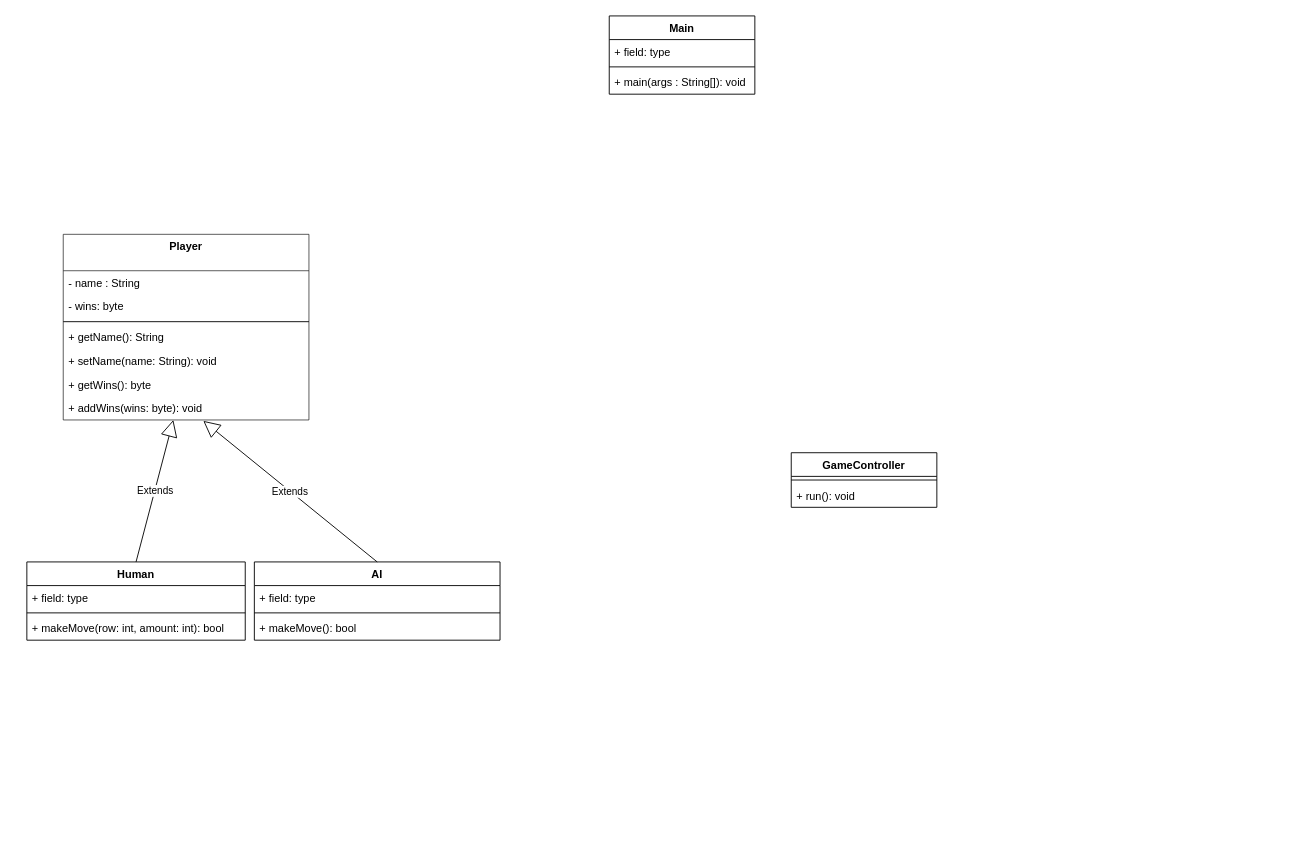
The draw.io diagram UML-PSE.drawio in EShrestha/PSE-GameOfNim, before the edit. Source tidied: cells renumbered, new cells numbered last; positions are measured from the earlier drawing's top-left corner, leaving out a move shared by most shapes. Both pictures are drawn from the tidied source at 91%, with x=0, y=0 at pixel (26, 15).
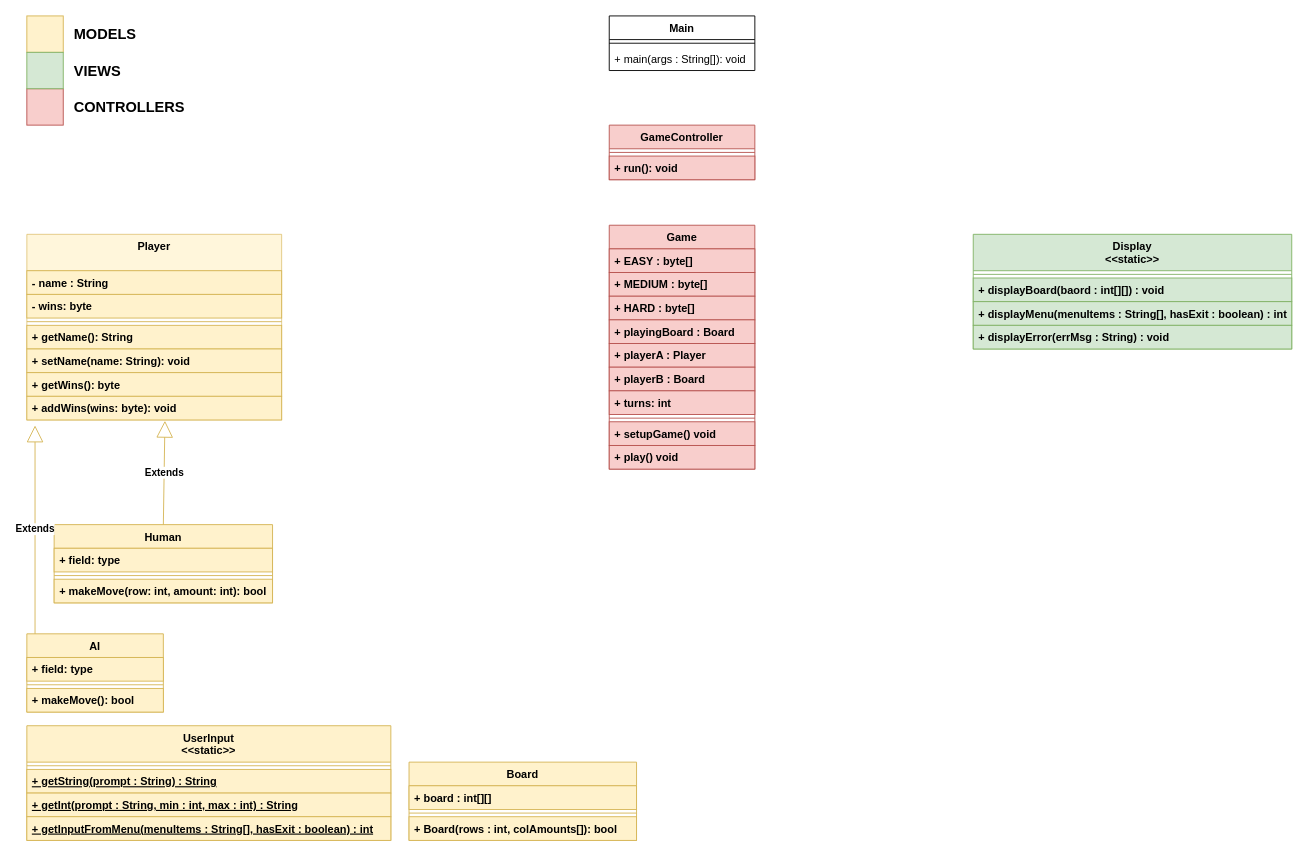
After the change.

Commit message:
UML outline

What changed in the source:
```diff
@@
     <mxCell id="2" value="Main" style="swimlane;fontStyle=1;align=center;verticalAlign=top;horizontal=1;startSize=26;" parent="1" vertex="1">
-      <mxGeometry x="640" width="160" height="86" as="geometry" />
+      <mxGeometry x="640" width="160" height="60" as="geometry" />
     </mxCell>
-    <mxCell id="3" value="+ field: type" style="text;strokeColor=none;fillColor=none;align=left;verticalAlign=top;spacingLeft=4;spacingRight=4;overflow=hidden;" parent="2" vertex="1">
-      <mxGeometry y="26" width="160" height="26" as="geometry" />
-    </mxCell>
     <mxCell id="4" style="line;strokeWidth=1;fillColor=none;align=left;verticalAlign=middle;spacingTop=-1;spacingLeft=3;spacingRight=3;labelPosition=right;" parent="2" vertex="1">
-      <mxGeometry y="52" width="160" height="8" as="geometry" />
+      <mxGeometry y="26" width="160" height="8" as="geometry" />
     </mxCell>
     <mxCell id="5" value="+ main(args : String[]): void" style="text;strokeColor=none;fillColor=none;align=left;verticalAlign=top;spacingLeft=4;spacingRight=4;overflow=hidden;" parent="2" vertex="1">
-      <mxGeometry y="60" width="160" height="26" as="geometry" />
+      <mxGeometry y="34" width="160" height="26" as="geometry" />
     </mxCell>
-    <mxCell id="6" value="GameController" style="swimlane;fontStyle=1;align=center;verticalAlign=top;horizontal=1;startSize=26;" parent="1" vertex="1">
-      <mxGeometry x="840" y="480" width="160" height="60" as="geometry" />
+    <mxCell id="6" value="GameController" style="swimlane;fontStyle=1;align=center;verticalAlign=top;horizontal=1;startSize=26;fillColor=#f8cecc;strokeColor=#b85450;" parent="1" vertex="1">
+      <mxGeometry x="640" y="120" width="160" height="60" as="geometry" />
     </mxCell>
-    <mxCell id="7" style="line;strokeWidth=1;fillColor=none;align=left;verticalAlign=middle;spacingTop=-1;spacingLeft=3;spacingRight=3;labelPosition=right;" parent="6" vertex="1">
+    <mxCell id="7" style="line;strokeWidth=1;fillColor=#f8cecc;align=left;verticalAlign=middle;spacingTop=-1;spacingLeft=3;spacingRight=3;labelPosition=right;strokeColor=#b85450;fontStyle=1;" parent="6" vertex="1">
       <mxGeometry y="26" width="160" height="8" as="geometry" />
     </mxCell>
-    <mxCell id="8" value="+ run(): void" style="text;strokeColor=none;fillColor=none;align=left;verticalAlign=top;spacingLeft=4;spacingRight=4;overflow=hidden;" parent="6" vertex="1">
+    <mxCell id="8" value="+ run(): void" style="text;strokeColor=#b85450;fillColor=#f8cecc;align=left;verticalAlign=top;spacingLeft=4;spacingRight=4;overflow=hidden;fontStyle=1;" parent="6" vertex="1">
       <mxGeometry y="34" width="160" height="26" as="geometry" />
     </mxCell>
-    <mxCell id="9" value="Player" style="swimlane;fontStyle=1;align=center;verticalAlign=top;horizontal=1;startSize=40;fillColor=#ffffff;gradientColor=none;opacity=70;" parent="1" vertex="1">
-      <mxGeometry x="40" y="240" width="270" height="204" as="geometry" />
+    <mxCell id="9" value="Player" style="swimlane;fontStyle=1;align=center;verticalAlign=top;horizontal=1;startSize=40;opacity=70;fillColor=#fff2cc;strokeColor=#d6b656;" parent="1" vertex="1">
+      <mxGeometry y="240" width="280" height="204" as="geometry" />
     </mxCell>
-    <mxCell id="10" value="- name : String" style="text;strokeColor=none;fillColor=none;align=left;verticalAlign=top;spacingLeft=4;spacingRight=4;overflow=hidden;" parent="9" vertex="1">
-      <mxGeometry y="40" width="270" height="26" as="geometry" />
+    <mxCell id="10" value="- name : String" style="text;align=left;verticalAlign=top;spacingLeft=4;spacingRight=4;overflow=hidden;fillColor=#fff2cc;strokeColor=#d6b656;fontStyle=1;" parent="9" vertex="1">
+      <mxGeometry y="40" width="280" height="26" as="geometry" />
     </mxCell>
-    <mxCell id="11" value="- wins: byte" style="text;strokeColor=none;fillColor=none;align=left;verticalAlign=top;spacingLeft=4;spacingRight=4;overflow=hidden;" parent="9" vertex="1">
-      <mxGeometry y="66" width="270" height="26" as="geometry" />
+    <mxCell id="11" value="- wins: byte" style="text;align=left;verticalAlign=top;spacingLeft=4;spacingRight=4;overflow=hidden;fillColor=#fff2cc;strokeColor=#d6b656;fontStyle=1;" parent="9" vertex="1">
+      <mxGeometry y="66" width="280" height="26" as="geometry" />
     </mxCell>
-    <mxCell id="12" style="line;strokeWidth=1;fillColor=none;align=left;verticalAlign=middle;spacingTop=-1;spacingLeft=3;spacingRight=3;labelPosition=right;" parent="9" vertex="1">
-      <mxGeometry y="92" width="270" height="8" as="geometry" />
+    <mxCell id="12" style="line;strokeWidth=1;align=left;verticalAlign=middle;spacingTop=-1;spacingLeft=3;spacingRight=3;labelPosition=right;fillColor=#fff2cc;strokeColor=#d6b656;fontStyle=1;" parent="9" vertex="1">
+      <mxGeometry y="92" width="280" height="8" as="geometry" />
     </mxCell>
-    <mxCell id="13" value="+ getName(): String" style="text;strokeColor=none;fillColor=none;align=left;verticalAlign=top;spacingLeft=4;spacingRight=4;overflow=hidden;" parent="9" vertex="1">
-      <mxGeometry y="100" width="270" height="26" as="geometry" />
+    <mxCell id="13" value="+ getName(): String" style="text;align=left;verticalAlign=top;spacingLeft=4;spacingRight=4;overflow=hidden;fillColor=#fff2cc;strokeColor=#d6b656;fontStyle=1;" parent="9" vertex="1">
+      <mxGeometry y="100" width="280" height="26" as="geometry" />
     </mxCell>
-    <mxCell id="14" value="+ setName(name: String): void" style="text;strokeColor=none;fillColor=none;align=left;verticalAlign=top;spacingLeft=4;spacingRight=4;overflow=hidden;" parent="9" vertex="1">
-      <mxGeometry y="126" width="270" height="26" as="geometry" />
+    <mxCell id="14" value="+ setName(name: String): void" style="text;align=left;verticalAlign=top;spacingLeft=4;spacingRight=4;overflow=hidden;fillColor=#fff2cc;strokeColor=#d6b656;fontStyle=1;" parent="9" vertex="1">
+      <mxGeometry y="126" width="280" height="26" as="geometry" />
     </mxCell>
-    <mxCell id="15" value="+ getWins(): byte" style="text;strokeColor=none;fillColor=none;align=left;verticalAlign=top;spacingLeft=4;spacingRight=4;overflow=hidden;" parent="9" vertex="1">
-      <mxGeometry y="152" width="270" height="26" as="geometry" />
+    <mxCell id="15" value="+ getWins(): byte" style="text;align=left;verticalAlign=top;spacingLeft=4;spacingRight=4;overflow=hidden;fillColor=#fff2cc;strokeColor=#d6b656;fontStyle=1;" parent="9" vertex="1">
+      <mxGeometry y="152" width="280" height="26" as="geometry" />
     </mxCell>
-    <mxCell id="16" value="+ addWins(wins: byte): void" style="text;strokeColor=none;fillColor=none;align=left;verticalAlign=top;spacingLeft=4;spacingRight=4;overflow=hidden;points=[[0,0.5],[1,0.5]];portConstraint=eastwest;" parent="9" vertex="1">
-      <mxGeometry y="178" width="270" height="26" as="geometry" />
+    <mxCell id="16" value="+ addWins(wins: byte): void" style="text;align=left;verticalAlign=top;spacingLeft=4;spacingRight=4;overflow=hidden;points=[[0,0.5],[1,0.5]];portConstraint=eastwest;fillColor=#fff2cc;strokeColor=#d6b656;fontStyle=1;" parent="9" vertex="1">
+      <mxGeometry y="178" width="280" height="26" as="geometry" />
     </mxCell>
-    <mxCell id="17" value="Human" style="swimlane;fontStyle=1;align=center;verticalAlign=top;horizontal=1;startSize=26;" parent="1" vertex="1">
-      <mxGeometry y="600" width="240" height="86" as="geometry" />
+    <mxCell id="17" value="Human" style="swimlane;fontStyle=1;align=center;verticalAlign=top;horizontal=1;startSize=26;fillColor=#fff2cc;strokeColor=#d6b656;" parent="1" vertex="1">
+      <mxGeometry x="30" y="559" width="240" height="86" as="geometry" />
     </mxCell>
-    <mxCell id="18" value="+ field: type" style="text;strokeColor=none;fillColor=none;align=left;verticalAlign=top;spacingLeft=4;spacingRight=4;overflow=hidden;" parent="17" vertex="1">
+    <mxCell id="18" value="+ field: type" style="text;align=left;verticalAlign=top;spacingLeft=4;spacingRight=4;overflow=hidden;fillColor=#fff2cc;strokeColor=#d6b656;fontStyle=1;" parent="17" vertex="1">
       <mxGeometry y="26" width="240" height="26" as="geometry" />
     </mxCell>
-    <mxCell id="19" style="line;strokeWidth=1;fillColor=none;align=left;verticalAlign=middle;spacingTop=-1;spacingLeft=3;spacingRight=3;labelPosition=right;" parent="17" vertex="1">
+    <mxCell id="19" style="line;strokeWidth=1;align=left;verticalAlign=middle;spacingTop=-1;spacingLeft=3;spacingRight=3;labelPosition=right;fillColor=#fff2cc;strokeColor=#d6b656;fontStyle=1;" parent="17" vertex="1">
       <mxGeometry y="52" width="240" height="8" as="geometry" />
     </mxCell>
-    <mxCell id="20" value="+ makeMove(row: int, amount: int): bool" style="text;strokeColor=none;fillColor=none;align=left;verticalAlign=top;spacingLeft=4;spacingRight=4;overflow=hidden;" parent="17" vertex="1">
+    <mxCell id="20" value="+ makeMove(row: int, amount: int): bool" style="text;align=left;verticalAlign=top;spacingLeft=4;spacingRight=4;overflow=hidden;fillColor=#fff2cc;strokeColor=#d6b656;fontStyle=1;" parent="17" vertex="1">
       <mxGeometry y="60" width="240" height="26" as="geometry" />
     </mxCell>
-    <mxCell id="21" value="AI" style="swimlane;fontStyle=1;align=center;verticalAlign=top;horizontal=1;startSize=26;" parent="1" vertex="1">
-      <mxGeometry x="250" y="600" width="270" height="86" as="geometry" />
+    <mxCell id="21" value="AI" style="swimlane;fontStyle=1;align=center;verticalAlign=top;horizontal=1;startSize=26;fillColor=#fff2cc;strokeColor=#d6b656;" parent="1" vertex="1">
+      <mxGeometry y="679" width="150" height="86" as="geometry" />
     </mxCell>
-    <mxCell id="22" value="+ field: type" style="text;strokeColor=none;fillColor=none;align=left;verticalAlign=top;spacingLeft=4;spacingRight=4;overflow=hidden;" parent="21" vertex="1">
-      <mxGeometry y="26" width="270" height="26" as="geometry" />
+    <mxCell id="22" value="+ field: type" style="text;align=left;verticalAlign=top;spacingLeft=4;spacingRight=4;overflow=hidden;fillColor=#fff2cc;strokeColor=#d6b656;fontStyle=1;" parent="21" vertex="1">
+      <mxGeometry y="26" width="150" height="26" as="geometry" />
     </mxCell>
-    <mxCell id="23" style="line;strokeWidth=1;fillColor=none;align=left;verticalAlign=middle;spacingTop=-1;spacingLeft=3;spacingRight=3;labelPosition=right;" parent="21" vertex="1">
-      <mxGeometry y="52" width="270" height="8" as="geometry" />
+    <mxCell id="23" style="line;strokeWidth=1;align=left;verticalAlign=middle;spacingTop=-1;spacingLeft=3;spacingRight=3;labelPosition=right;fillColor=#fff2cc;strokeColor=#d6b656;fontStyle=1;" parent="21" vertex="1">
+      <mxGeometry y="52" width="150" height="8" as="geometry" />
     </mxCell>
-    <mxCell id="24" value="+ makeMove(): bool" style="text;strokeColor=none;fillColor=none;align=left;verticalAlign=top;spacingLeft=4;spacingRight=4;overflow=hidden;" parent="21" vertex="1">
-      <mxGeometry y="60" width="270" height="26" as="geometry" />
+    <mxCell id="24" value="+ makeMove(): bool" style="text;align=left;verticalAlign=top;spacingLeft=4;spacingRight=4;overflow=hidden;fillColor=#fff2cc;strokeColor=#d6b656;fontStyle=1;" parent="21" vertex="1">
+      <mxGeometry y="60" width="150" height="26" as="geometry" />
     </mxCell>
-    <mxCell id="25" value="Extends" style="endArrow=block;endSize=16;endFill=0;html=1;exitX=0.5;exitY=0;exitDx=0;exitDy=0;entryX=0.448;entryY=1;entryDx=0;entryDy=0;entryPerimeter=0;" parent="1" edge="1" source="17" target="16">
+    <mxCell id="25" value="Extends" style="endArrow=block;endSize=16;endFill=0;html=1;exitX=0.5;exitY=0;exitDx=0;exitDy=0;fillColor=#fff2cc;strokeColor=#d6b656;fontStyle=1;entryX=0.542;entryY=1.034;entryDx=0;entryDy=0;entryPerimeter=0;" parent="1" edge="1" source="17" target="16">
       <mxGeometry relative="1" as="geometry" />
     </mxCell>
-    <mxCell id="26" value="Extends" style="endArrow=block;endSize=16;endFill=0;html=1;exitX=0.5;exitY=0;exitDx=0;exitDy=0;entryX=0.57;entryY=1.038;entryDx=0;entryDy=0;entryPerimeter=0;" parent="1" edge="1" source="21" target="16">
-      <mxGeometry relative="1" as="geometry" />
+    <mxCell id="26" value="Extends" style="endArrow=block;endSize=16;endFill=0;html=1;fillColor=#fff2cc;strokeColor=#d6b656;fontStyle=1;" parent="1" edge="1">
+      <mxGeometry relative="1" as="geometry">
+        <mxPoint x="9" y="679" as="sourcePoint" />
+        <mxPoint x="9" y="450" as="targetPoint" />
+      </mxGeometry>
     </mxCell>
+    <mxCell id="27" style="rounded=0;whiteSpace=wrap;html=1;fillColor=#fff2cc;strokeColor=#d6b656;" parent="1" vertex="1">
+      <mxGeometry width="40" height="40" as="geometry" />
+    </mxCell>
+    <mxCell id="28" value="&lt;div&gt;&lt;b&gt;&lt;font style=&quot;font-size: 16px&quot;&gt;MODELS&lt;/font&gt;&lt;/b&gt;&lt;/div&gt;" style="text;html=1;strokeColor=none;fillColor=none;align=left;verticalAlign=middle;whiteSpace=wrap;rounded=0;" parent="1" vertex="1">
+      <mxGeometry x="50" y="5" width="40" height="30" as="geometry" />
+    </mxCell>
+    <mxCell id="29" style="rounded=0;whiteSpace=wrap;html=1;fillColor=#f8cecc;strokeColor=#b85450;" parent="1" vertex="1">
+      <mxGeometry y="80" width="40" height="40" as="geometry" />
+    </mxCell>
+    <mxCell id="30" value="&lt;div&gt;&lt;b&gt;&lt;font style=&quot;font-size: 16px&quot;&gt;CONTROLLERS&lt;/font&gt;&lt;/b&gt;&lt;/div&gt;" style="text;html=1;strokeColor=none;fillColor=none;align=left;verticalAlign=middle;whiteSpace=wrap;rounded=0;" parent="1" vertex="1">
+      <mxGeometry x="50" y="85" width="40" height="30" as="geometry" />
+    </mxCell>
+    <mxCell id="31" value="UserInput&#10;&lt;&lt;static&gt;&gt;" style="swimlane;fontStyle=1;align=center;verticalAlign=top;horizontal=1;startSize=40;fillColor=#fff2cc;strokeColor=#d6b656;" parent="1" vertex="1">
+      <mxGeometry y="780" width="400" height="126" as="geometry" />
+    </mxCell>
+    <mxCell id="32" style="line;strokeWidth=1;fillColor=#fff2cc;align=left;verticalAlign=middle;spacingTop=-1;spacingLeft=3;spacingRight=3;labelPosition=right;strokeColor=#d6b656;fontStyle=1;" parent="31" vertex="1">
+      <mxGeometry y="40" width="400" height="8" as="geometry" />
+    </mxCell>
+    <mxCell id="33" value="+ getString(prompt : String) : String" style="text;strokeColor=#d6b656;fillColor=#fff2cc;align=left;verticalAlign=top;spacingLeft=4;spacingRight=4;overflow=hidden;fontStyle=5;" parent="31" vertex="1">
+      <mxGeometry y="48" width="400" height="26" as="geometry" />
+    </mxCell>
+    <mxCell id="34" value="+ getInt(prompt : String, min : int, max : int) : String" style="text;strokeColor=#d6b656;fillColor=#fff2cc;align=left;verticalAlign=top;spacingLeft=4;spacingRight=4;overflow=hidden;fontStyle=5;" parent="31" vertex="1">
+      <mxGeometry y="74" width="400" height="26" as="geometry" />
+    </mxCell>
+    <mxCell id="35" value="+ getInputFromMenu(menuItems : String[], hasExit : boolean) : int" style="text;strokeColor=#d6b656;fillColor=#fff2cc;align=left;verticalAlign=top;spacingLeft=4;spacingRight=4;overflow=hidden;fontStyle=5;" parent="31" vertex="1">
+      <mxGeometry y="100" width="400" height="26" as="geometry" />
+    </mxCell>
+    <mxCell id="36" style="rounded=0;whiteSpace=wrap;html=1;fillColor=#d5e8d4;strokeColor=#82b366;" parent="1" vertex="1">
+      <mxGeometry y="40" width="40" height="40" as="geometry" />
+    </mxCell>
+    <mxCell id="37" value="&lt;div&gt;&lt;b&gt;&lt;font style=&quot;font-size: 16px&quot;&gt;VIEWS&lt;/font&gt;&lt;/b&gt;&lt;/div&gt;" style="text;html=1;strokeColor=none;fillColor=none;align=left;verticalAlign=middle;whiteSpace=wrap;rounded=0;" parent="1" vertex="1">
+      <mxGeometry x="50" y="45" width="40" height="30" as="geometry" />
+    </mxCell>
+    <mxCell id="38" value="Display&#10;&lt;&lt;static&gt;&gt;" style="swimlane;fontStyle=1;align=center;verticalAlign=top;horizontal=1;startSize=40;fillColor=#d5e8d4;strokeColor=#82b366;" parent="1" vertex="1">
+      <mxGeometry x="1040" y="240" width="350" height="126" as="geometry" />
+    </mxCell>
+    <mxCell id="39" style="line;strokeWidth=1;fillColor=#d5e8d4;align=left;verticalAlign=middle;spacingTop=-1;spacingLeft=3;spacingRight=3;labelPosition=right;strokeColor=#82b366;fontStyle=1;" parent="38" vertex="1">
+      <mxGeometry y="40" width="350" height="8" as="geometry" />
+    </mxCell>
+    <mxCell id="40" value="+ displayBoard(baord : int[][]) : void" style="text;strokeColor=#82b366;fillColor=#d5e8d4;align=left;verticalAlign=top;spacingLeft=4;spacingRight=4;overflow=hidden;fontStyle=1;" parent="38" vertex="1">
+      <mxGeometry y="48" width="350" height="26" as="geometry" />
+    </mxCell>
+    <mxCell id="41" value="+ displayMenu(menuItems : String[], hasExit : boolean) : int" style="text;strokeColor=#82b366;fillColor=#d5e8d4;align=left;verticalAlign=top;spacingLeft=4;spacingRight=4;overflow=hidden;fontStyle=1;" parent="38" vertex="1">
+      <mxGeometry y="74" width="350" height="26" as="geometry" />
+    </mxCell>
+    <mxCell id="42" value="+ displayError(errMsg : String) : void" style="text;strokeColor=#82b366;fillColor=#d5e8d4;align=left;verticalAlign=top;spacingLeft=4;spacingRight=4;overflow=hidden;fontStyle=1;" parent="38" vertex="1">
+      <mxGeometry y="100" width="350" height="26" as="geometry" />
+    </mxCell>
+    <mxCell id="43" value="Board" style="swimlane;fontStyle=1;align=center;verticalAlign=top;horizontal=1;startSize=26;fillColor=#fff2cc;strokeColor=#d6b656;" parent="1" vertex="1">
+      <mxGeometry x="420" y="820" width="250" height="86" as="geometry" />
+    </mxCell>
+    <mxCell id="44" value="+ board : int[][]" style="text;align=left;verticalAlign=top;spacingLeft=4;spacingRight=4;overflow=hidden;fillColor=#fff2cc;strokeColor=#d6b656;fontStyle=1;" parent="43" vertex="1">
+      <mxGeometry y="26" width="250" height="26" as="geometry" />
+    </mxCell>
+    <mxCell id="45" style="line;strokeWidth=1;align=left;verticalAlign=middle;spacingTop=-1;spacingLeft=3;spacingRight=3;labelPosition=right;fillColor=#fff2cc;strokeColor=#d6b656;fontStyle=1;" parent="43" vertex="1">
+      <mxGeometry y="52" width="250" height="8" as="geometry" />
+    </mxCell>
+    <mxCell id="46" value="+ Board(rows : int, colAmounts[]): bool" style="text;align=left;verticalAlign=top;spacingLeft=4;spacingRight=4;overflow=hidden;fillColor=#fff2cc;strokeColor=#d6b656;fontStyle=1;" parent="43" vertex="1">
+      <mxGeometry y="60" width="250" height="26" as="geometry" />
+    </mxCell>
+    <mxCell id="47" value="Game" style="swimlane;fontStyle=1;align=center;verticalAlign=top;horizontal=1;startSize=26;fillColor=#f8cecc;strokeColor=#b85450;" parent="1" vertex="1">
+      <mxGeometry x="640" y="230" width="160" height="268" as="geometry" />
+    </mxCell>
+    <mxCell id="48" value="+ EASY : byte[]" style="text;align=left;verticalAlign=top;spacingLeft=4;spacingRight=4;overflow=hidden;fillColor=#f8cecc;strokeColor=#b85450;fontStyle=1;" parent="47" vertex="1">
+      <mxGeometry y="26" width="160" height="26" as="geometry" />
+    </mxCell>
+    <mxCell id="49" value="+ MEDIUM : byte[]" style="text;align=left;verticalAlign=top;spacingLeft=4;spacingRight=4;overflow=hidden;fillColor=#f8cecc;strokeColor=#b85450;fontStyle=1;" parent="47" vertex="1">
+      <mxGeometry y="52" width="160" height="26" as="geometry" />
+    </mxCell>
+    <mxCell id="50" value="+ HARD : byte[]" style="text;align=left;verticalAlign=top;spacingLeft=4;spacingRight=4;overflow=hidden;fillColor=#f8cecc;strokeColor=#b85450;fontStyle=1;" parent="47" vertex="1">
+      <mxGeometry y="78" width="160" height="26" as="geometry" />
+    </mxCell>
+    <mxCell id="51" value="+ playingBoard : Board" style="text;align=left;verticalAlign=top;spacingLeft=4;spacingRight=4;overflow=hidden;fillColor=#f8cecc;strokeColor=#b85450;fontStyle=1;" parent="47" vertex="1">
+      <mxGeometry y="104" width="160" height="26" as="geometry" />
+    </mxCell>
+    <mxCell id="52" value="+ playerA : Player" style="text;align=left;verticalAlign=top;spacingLeft=4;spacingRight=4;overflow=hidden;fillColor=#f8cecc;strokeColor=#b85450;fontStyle=1;" parent="47" vertex="1">
+      <mxGeometry y="130" width="160" height="26" as="geometry" />
+    </mxCell>
+    <mxCell id="53" value="+ playerB : Board" style="text;align=left;verticalAlign=top;spacingLeft=4;spacingRight=4;overflow=hidden;fillColor=#f8cecc;strokeColor=#b85450;fontStyle=1;" parent="47" vertex="1">
+      <mxGeometry y="156" width="160" height="26" as="geometry" />
+    </mxCell>
+    <mxCell id="54" value="+ turns: int" style="text;align=left;verticalAlign=top;spacingLeft=4;spacingRight=4;overflow=hidden;fillColor=#f8cecc;strokeColor=#b85450;fontStyle=1;" parent="47" vertex="1">
+      <mxGeometry y="182" width="160" height="26" as="geometry" />
+    </mxCell>
+    <mxCell id="55" style="line;strokeWidth=1;align=left;verticalAlign=middle;spacingTop=-1;spacingLeft=3;spacingRight=3;labelPosition=right;fillColor=#f8cecc;strokeColor=#b85450;fontStyle=1;" parent="47" vertex="1">
+      <mxGeometry y="208" width="160" height="8" as="geometry" />
+    </mxCell>
+    <mxCell id="56" value="+ setupGame() void" style="text;align=left;verticalAlign=top;spacingLeft=4;spacingRight=4;overflow=hidden;fillColor=#f8cecc;strokeColor=#b85450;fontStyle=1;" parent="47" vertex="1">
+      <mxGeometry y="216" width="160" height="26" as="geometry" />
+    </mxCell>
+    <mxCell id="57" value="+ play() void" style="text;align=left;verticalAlign=top;spacingLeft=4;spacingRight=4;overflow=hidden;fillColor=#f8cecc;strokeColor=#b85450;fontStyle=1;" parent="47" vertex="1">
+      <mxGeometry y="242" width="160" height="26" as="geometry" />
+    </mxCell>
```
